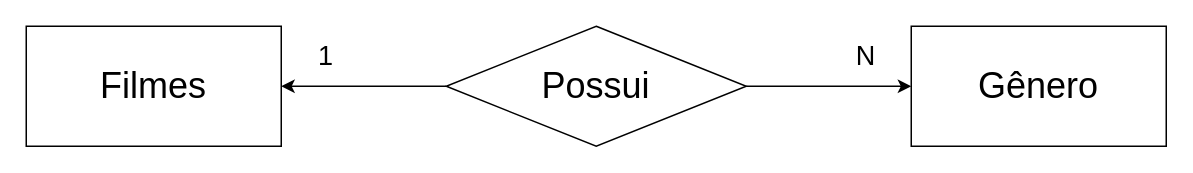
MatheusDavidDev/Senai_Sprint1_bd- keeps this draw.io diagram as Exercicios/1.0-exercicio/Exercicio-1.0.drawio. Above is the earlier version. Source tidied: cells renumbered, new cells numbered last; positions are measured from the earlier drawing's top-left corner, leaving out a move shared by most shapes. Both pictures are drawn from the tidied source at 150%, with x=0, y=0 at pixel (26, 26).
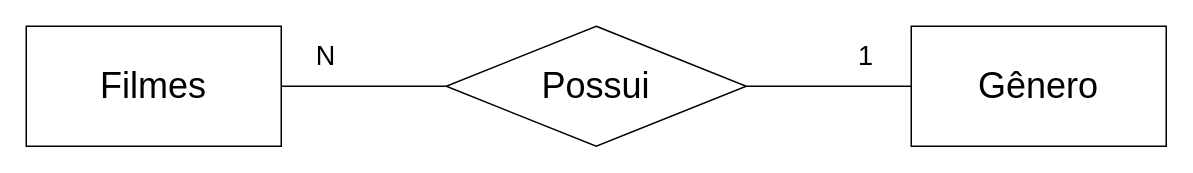
The same diagram, later.

What changed in the source:
```diff
@@
 <mxGraphModel>
   <root>
     <mxCell id="0" />
     <mxCell id="1" parent="0" />
     <mxCell id="2" style="rounded=0;whiteSpace=wrap;html=1;" parent="1" vertex="1">
       <mxGeometry width="170" height="80" as="geometry" />
     </mxCell>
     <mxCell id="3" style="rounded=0;whiteSpace=wrap;html=1;" parent="1" vertex="1">
       <mxGeometry x="590" width="170" height="80" as="geometry" />
     </mxCell>
-    <mxCell id="4" style="edgeStyle=orthogonalEdgeStyle;rounded=0;jettySize=auto;html=1;" parent="1" edge="1" source="6" target="3">
+    <mxCell id="4" style="edgeStyle=orthogonalEdgeStyle;rounded=0;jettySize=auto;html=1;endArrow=none;endFill=0;" parent="1" edge="1" source="6" target="3">
       <mxGeometry relative="1" as="geometry" />
     </mxCell>
-    <mxCell id="5" style="edgeStyle=orthogonalEdgeStyle;rounded=0;jettySize=auto;html=1;" parent="1" edge="1" source="6" target="2">
+    <mxCell id="5" style="edgeStyle=orthogonalEdgeStyle;rounded=0;jettySize=auto;html=1;endArrow=none;endFill=0;" parent="1" edge="1" source="6" target="2">
       <mxGeometry relative="1" as="geometry" />
     </mxCell>
     <mxCell id="6" style="rhombus;whiteSpace=wrap;html=1;" parent="1" vertex="1">
       <mxGeometry x="280" width="200" height="80" as="geometry" />
     </mxCell>
     <mxCell id="7" value="&lt;font style=&quot;font-size: 24px&quot;&gt;Filmes&lt;/font&gt;" style="text;html=1;strokeColor=none;fillColor=none;align=center;verticalAlign=middle;whiteSpace=wrap;rounded=0;" parent="1" vertex="1">
       <mxGeometry x="25" y="10" width="120" height="60" as="geometry" />
     </mxCell>
     <mxCell id="8" value="&lt;span style=&quot;font-size: 24px&quot;&gt;Possui&lt;/span&gt;" style="text;html=1;strokeColor=none;fillColor=none;align=center;verticalAlign=middle;whiteSpace=wrap;rounded=0;" parent="1" vertex="1">
       <mxGeometry x="320" y="10" width="120" height="60" as="geometry" />
     </mxCell>
     <mxCell id="9" value="&lt;span style=&quot;font-size: 24px&quot;&gt;Gênero&lt;/span&gt;" style="text;html=1;strokeColor=none;fillColor=none;align=center;verticalAlign=middle;whiteSpace=wrap;rounded=0;" parent="1" vertex="1">
       <mxGeometry x="615" y="10" width="120" height="60" as="geometry" />
     </mxCell>
-    <mxCell id="10" value="&lt;span style=&quot;font-size: 18px&quot;&gt;1&lt;/span&gt;" style="text;html=1;strokeColor=none;fillColor=none;align=center;verticalAlign=middle;whiteSpace=wrap;rounded=0;" parent="1" vertex="1">
+    <mxCell id="10" value="&lt;span style=&quot;font-size: 18px&quot;&gt;N&lt;/span&gt;" style="text;html=1;strokeColor=none;fillColor=none;align=center;verticalAlign=middle;whiteSpace=wrap;rounded=0;" parent="1" vertex="1">
       <mxGeometry x="180" y="10" width="40" height="20" as="geometry" />
     </mxCell>
-    <mxCell id="11" value="&lt;span style=&quot;font-size: 18px&quot;&gt;N&lt;/span&gt;" style="text;html=1;strokeColor=none;fillColor=none;align=center;verticalAlign=middle;whiteSpace=wrap;rounded=0;" parent="1" vertex="1">
+    <mxCell id="11" value="&lt;span style=&quot;font-size: 18px&quot;&gt;1&lt;/span&gt;" style="text;html=1;strokeColor=none;fillColor=none;align=center;verticalAlign=middle;whiteSpace=wrap;rounded=0;" parent="1" vertex="1">
       <mxGeometry x="540" y="10" width="40" height="20" as="geometry" />
     </mxCell>
   </root>
 </mxGraphModel>
```
